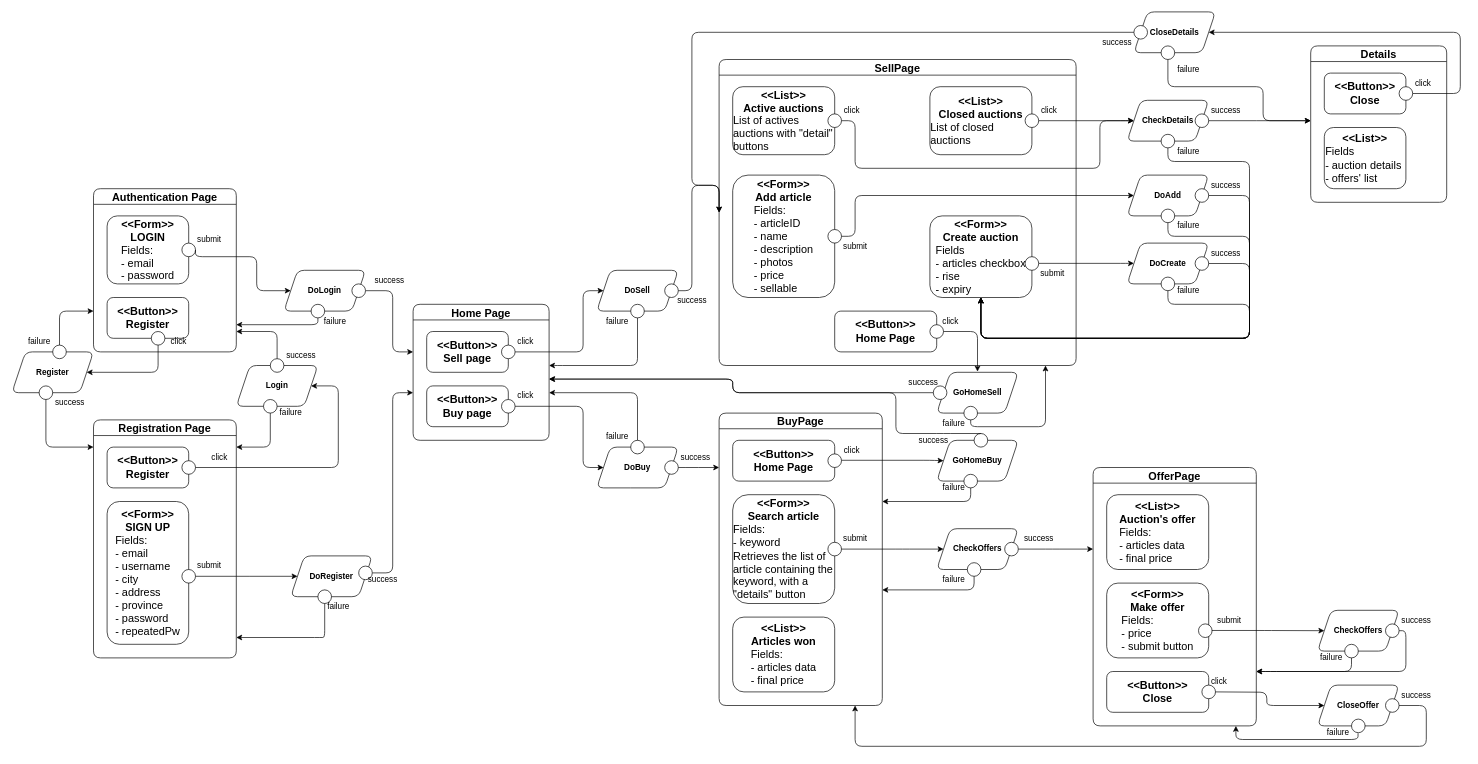
This is Documents/4 - Applicazione Pure HTML/Application.drawio from Chri060/tiw-2023-rossi-sharoubim, a draw.io file, before an edit. Source tidied: cells renumbered, new cells numbered last; positions are measured from the earlier drawing's top-left corner, leaving out a move shared by most shapes. Both pictures are drawn from the tidied source at 68%, with x=0, y=0 at pixel (12, 12).
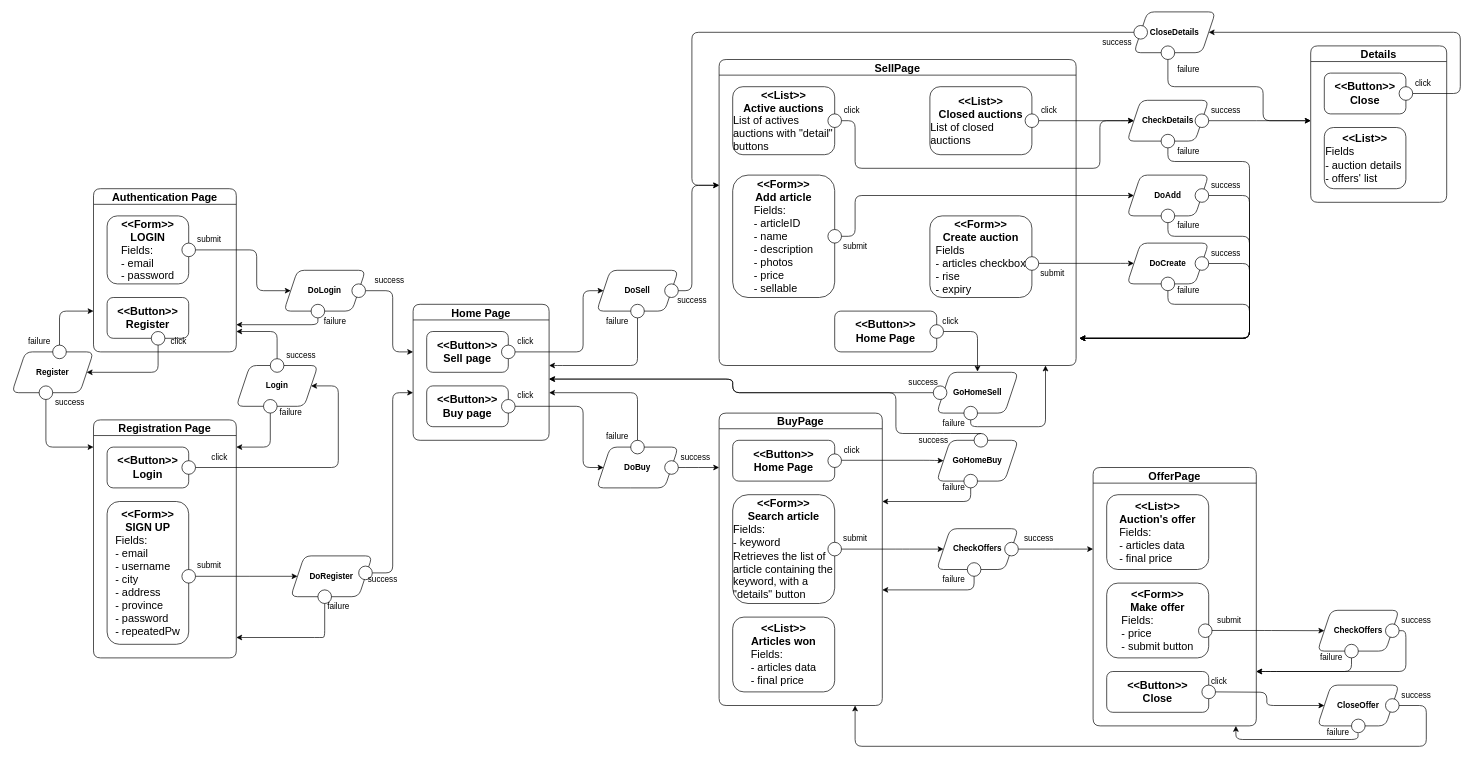
After the change.

The change refers to these unchanged cells:
```xml
<mxCell id="4" style="ellipse;whiteSpace=wrap;html=1;rounded=1;" parent="2" vertex="1">
  <mxGeometry x="130" y="80" width="20" height="20" as="geometry" />
</mxCell>
<mxCell id="9" value="Registration Page" style="swimlane;rounded=1;fontSize=16;" parent="1" vertex="1">
  <mxGeometry x="120" y="600" width="210" height="350" as="geometry" />
</mxCell>
<mxCell id="16" value="&lt;b&gt;DoLogin&lt;/b&gt;" style="shape=parallelogram;perimeter=parallelogramPerimeter;whiteSpace=wrap;html=1;fixedSize=1;fontSize=12;rounded=1;" parent="1" vertex="1">
  <mxGeometry x="400" y="380" width="120" height="60" as="geometry" />
</mxCell>
<mxCell id="43" value="SellPage" style="swimlane;rounded=1;fontSize=16;" parent="1" vertex="1">
  <mxGeometry x="1040" y="70" width="525" height="450" as="geometry" />
</mxCell>
<mxCell id="48" value="&lt;div&gt;&lt;b&gt;&amp;lt;&amp;lt;Form&amp;gt;&amp;gt;&lt;/b&gt;&lt;/div&gt;&lt;div&gt;&lt;span style=&quot;background-color: initial;&quot;&gt;&lt;b&gt;Create auction&lt;/b&gt;&lt;/span&gt;&lt;/div&gt;&lt;div align=&quot;left&quot;&gt;Fields&lt;/div&gt;&lt;div align=&quot;left&quot;&gt;- articles checkbox&lt;/div&gt;&lt;div align=&quot;left&quot;&gt;- rise&lt;br&gt;&lt;/div&gt;&lt;div align=&quot;left&quot;&gt;- expiry&lt;br&gt;&lt;/div&gt;" style="rounded=1;whiteSpace=wrap;html=1;fontSize=16;" parent="43" vertex="1">
  <mxGeometry x="310" y="230" width="150" height="120" as="geometry" />
</mxCell>
<mxCell id="74" style="ellipse;whiteSpace=wrap;html=1;fontSize=9;rounded=1;" parent="1" vertex="1">
  <mxGeometry x="960" y="400" width="20" height="20" as="geometry" />
</mxCell>
<mxCell id="87" style="ellipse;whiteSpace=wrap;html=1;rounded=1;" parent="1" vertex="1">
  <mxGeometry x="1690" y="180" width="20" height="20" as="geometry" />
</mxCell>
<mxCell id="88" style="ellipse;whiteSpace=wrap;html=1;rounded=1;" parent="1" vertex="1">
  <mxGeometry x="1740" y="260" width="20" height="20" as="geometry" />
</mxCell>
<mxCell id="89" style="ellipse;whiteSpace=wrap;html=1;rounded=1;" parent="1" vertex="1">
  <mxGeometry x="1690" y="290" width="20" height="20" as="geometry" />
</mxCell>
<mxCell id="90" style="ellipse;whiteSpace=wrap;html=1;rounded=1;" parent="1" vertex="1">
  <mxGeometry x="1740" y="360" width="20" height="20" as="geometry" />
</mxCell>
<mxCell id="110" style="ellipse;whiteSpace=wrap;html=1;fontSize=9;rounded=1;" parent="1" vertex="1">
  <mxGeometry x="1650" y="20" width="20" height="20" as="geometry" />
</mxCell>
```

Diff of the diagram source:
```diff
@@
-    <mxCell id="13" value="&lt;div&gt;&lt;b&gt;&amp;lt;&amp;lt;Button&amp;gt;&amp;gt;&lt;/b&gt;&lt;/div&gt;&lt;div&gt;&lt;b&gt;Register&lt;/b&gt;&lt;/div&gt;" style="rounded=1;whiteSpace=wrap;html=1;fontSize=16;" parent="9" vertex="1">
+    <mxCell id="13" value="&lt;div&gt;&lt;b&gt;&amp;lt;&amp;lt;Button&amp;gt;&amp;gt;&lt;/b&gt;&lt;/div&gt;&lt;div&gt;&lt;b&gt;Login&lt;/b&gt;&lt;/div&gt;" style="rounded=1;whiteSpace=wrap;html=1;fontSize=16;" parent="9" vertex="1">
       <mxGeometry x="20" y="40" width="120" height="60" as="geometry" />
     </mxCell>
@@
     <mxCell id="18" style="edgeStyle=orthogonalEdgeStyle;rounded=1;jettySize=auto;html=1;exitX=1;exitY=0.5;exitDx=0;exitDy=0;entryX=0;entryY=0.5;entryDx=0;entryDy=0;" parent="1" edge="1" source="4" target="16">
       <mxGeometry relative="1" as="geometry">
         <Array as="points">
-          <mxPoint x="360" y="360" />
+          <mxPoint x="360" y="350" />
           <mxPoint x="360" y="410" />
         </Array>
       </mxGeometry>
     </mxCell>
@@
-    <mxCell id="75" style="edgeStyle=orthogonalEdgeStyle;rounded=1;jettySize=auto;html=1;exitX=1;exitY=0.5;exitDx=0;exitDy=0;entryX=0;entryY=0.5;entryDx=0;entryDy=0;" parent="1" edge="1" source="74" target="43">
+    <mxCell id="75" style="edgeStyle=orthogonalEdgeStyle;rounded=1;jettySize=auto;html=1;exitX=1;exitY=0.5;exitDx=0;exitDy=0;" parent="1" edge="1" source="74">
       <mxGeometry relative="1" as="geometry">
+        <mxPoint x="1040" y="255" as="targetPoint" />
         <Array as="points">
           <mxPoint x="1000" y="410" />
           <mxPoint x="1000" y="255" />
         </Array>
       </mxGeometry>
     </mxCell>
@@
-    <mxCell id="98" style="edgeStyle=orthogonalEdgeStyle;rounded=1;jettySize=auto;html=1;exitX=0.5;exitY=1;exitDx=0;exitDy=0;entryX=0.5;entryY=1;entryDx=0;entryDy=0;" parent="1" edge="1" source="87" target="48">
+    <mxCell id="98" style="edgeStyle=orthogonalEdgeStyle;rounded=1;jettySize=auto;html=1;exitX=0.5;exitY=1;exitDx=0;exitDy=0;" parent="1" edge="1" source="87">
       <mxGeometry relative="1" as="geometry">
+        <mxPoint x="1570" y="480" as="targetPoint" />
         <Array as="points">
           <mxPoint x="1700" y="220" />
           <mxPoint x="1820" y="220" />
           <mxPoint x="1820" y="480" />
-          <mxPoint x="1425" y="480" />
+          <mxPoint x="1750" y="480" />
         </Array>
       </mxGeometry>
     </mxCell>
-    <mxCell id="99" style="edgeStyle=orthogonalEdgeStyle;rounded=1;jettySize=auto;html=1;exitX=1;exitY=0.5;exitDx=0;exitDy=0;entryX=0.5;entryY=1;entryDx=0;entryDy=0;" parent="1" edge="1" source="88" target="48">
+    <mxCell id="99" style="edgeStyle=orthogonalEdgeStyle;rounded=1;jettySize=auto;html=1;exitX=1;exitY=0.5;exitDx=0;exitDy=0;" parent="1" edge="1" source="88">
       <mxGeometry relative="1" as="geometry">
+        <mxPoint x="1570" y="480" as="targetPoint" />
         <Array as="points">
           <mxPoint x="1820" y="270" />
           <mxPoint x="1820" y="480" />
-          <mxPoint x="1425" y="480" />
         </Array>
       </mxGeometry>
     </mxCell>
-    <mxCell id="100" style="edgeStyle=orthogonalEdgeStyle;rounded=1;jettySize=auto;html=1;exitX=1;exitY=0.5;exitDx=0;exitDy=0;entryX=0.5;entryY=1;entryDx=0;entryDy=0;" parent="1" edge="1" source="90" target="48">
+    <mxCell id="100" style="edgeStyle=orthogonalEdgeStyle;rounded=1;jettySize=auto;html=1;exitX=1;exitY=0.5;exitDx=0;exitDy=0;" parent="1" edge="1" source="90">
       <mxGeometry relative="1" as="geometry">
+        <mxPoint x="1570" y="480" as="targetPoint" />
         <Array as="points">
           <mxPoint x="1820" y="370" />
           <mxPoint x="1820" y="480" />
-          <mxPoint x="1425" y="480" />
         </Array>
       </mxGeometry>
     </mxCell>
-    <mxCell id="101" style="edgeStyle=orthogonalEdgeStyle;rounded=1;jettySize=auto;html=1;exitX=0.5;exitY=1;exitDx=0;exitDy=0;entryX=0.5;entryY=1;entryDx=0;entryDy=0;" parent="1" edge="1" source="89" target="48">
+    <mxCell id="101" style="edgeStyle=orthogonalEdgeStyle;rounded=1;jettySize=auto;html=1;exitX=0.5;exitY=1;exitDx=0;exitDy=0;" parent="1" edge="1" source="89">
       <mxGeometry relative="1" as="geometry">
+        <mxPoint x="1570" y="480" as="targetPoint" />
         <Array as="points">
           <mxPoint x="1700" y="330" />
           <mxPoint x="1820" y="330" />
           <mxPoint x="1820" y="480" />
-          <mxPoint x="1425" y="480" />
+          <mxPoint x="1570" y="480" />
         </Array>
       </mxGeometry>
     </mxCell>
-    <mxCell id="102" style="edgeStyle=orthogonalEdgeStyle;rounded=1;jettySize=auto;html=1;entryX=0.5;entryY=1;entryDx=0;entryDy=0;" parent="1" edge="1" target="48">
+    <mxCell id="102" style="edgeStyle=orthogonalEdgeStyle;rounded=1;orthogonalLoop=1;jettySize=auto;html=1;" parent="1" edge="1">
       <mxGeometry relative="1" as="geometry">
         <mxPoint x="1700" y="410" as="sourcePoint" />
+        <mxPoint x="1570" y="480" as="targetPoint" />
         <Array as="points">
           <mxPoint x="1700" y="430" />
           <mxPoint x="1820" y="430" />
           <mxPoint x="1820" y="480" />
-          <mxPoint x="1425" y="480" />
         </Array>
       </mxGeometry>
     </mxCell>
@@
-    <mxCell id="115" style="edgeStyle=orthogonalEdgeStyle;rounded=1;jettySize=auto;html=1;exitX=0;exitY=0.5;exitDx=0;exitDy=0;entryX=0;entryY=0.5;entryDx=0;entryDy=0;" parent="1" edge="1" source="110" target="43">
+    <mxCell id="115" style="edgeStyle=orthogonalEdgeStyle;rounded=1;jettySize=auto;html=1;exitX=0;exitY=0.5;exitDx=0;exitDy=0;" parent="1" edge="1" source="110">
       <mxGeometry relative="1" as="geometry">
+        <mxPoint x="1040" y="255" as="targetPoint" />
         <Array as="points">
           <mxPoint x="1000" y="30" />
           <mxPoint x="1000" y="255" />
         </Array>
       </mxGeometry>
     </mxCell>
```
